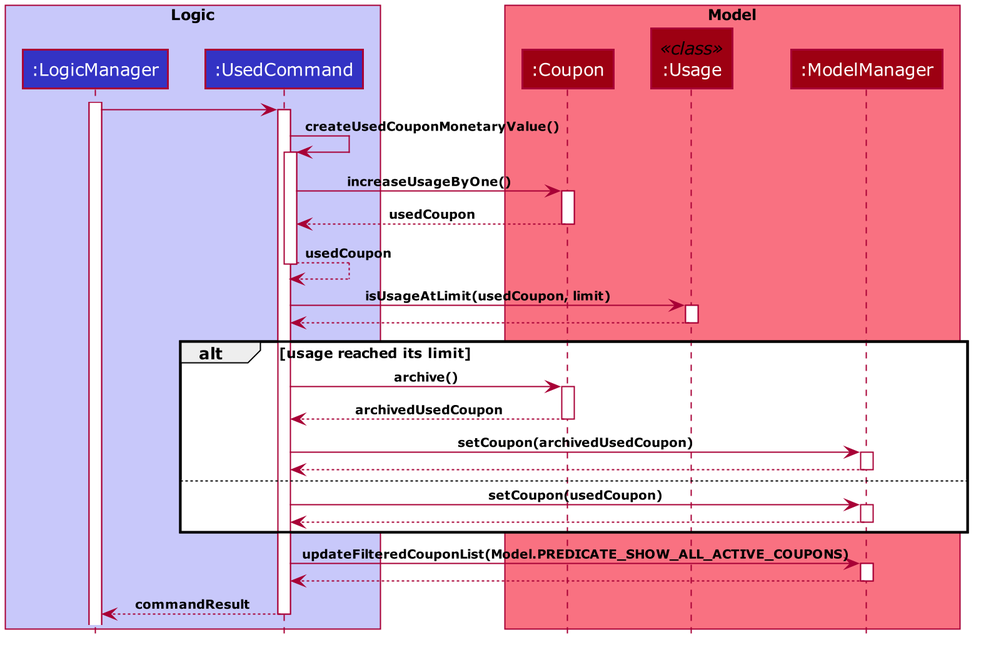
This is docs/images/ArchiveExhaustedSequenceDiagram.png from nus-cs2103-AY1920S2/addressbook-level3, a PlantUML export, as it was before one commit. The source it was exported from:
```plantuml
@startuml










skinparam BackgroundColor #FFFFFFF

skinparam Shadowing false

skinparam Class {
    FontColor #FFFFFF
    BorderThickness 1
    BorderColor #FFFFFF
    StereotypeFontColor #FFFFFF
    FontName Verdana
    AttributeFontColor #FFFFFF
}

skinparam Actor {
    BorderColor #000000
    Color #000000
    FontName Verdana
}

skinparam Sequence {
    MessageAlign center
    BoxFontSize 12
    BoxPadding 0
    BoxFontColor #FFFFFF
    FontName Verdana
}

skinparam Participant {
    FontColor #FFFFFFF
    Padding 20
}

skinparam GenericDisplay zz

skinparam ArrowFontSize 10
skinparam ArrowFontStyle bold

skinparam NoteBackgroundColor ghostwhite
skinparam NoteBorderColor #3333C4
skinparam DefaultFontName Verdana

skinparam MinClassWidth 50
skinparam ParticipantPadding 10
skinparam Shadowing false
skinparam DefaultTextAlignment center
skinparam packageStyle Rectangle
skinparam classAttributeIconSize 0
skinparam genericDisplay old

hide footbox
hide members
hide circle


box "<color:black>Logic</color>" #C8C8FA
participant ":LogicManager" as LogicManager #3333C4
participant ":UsedCommand" as UsedCommand #3333C4
end box

box "<color:black>Model</color>" #F97181
participant ":Coupon" as Coupon #9D0012
participant ":Usage" as Usage<<class>> #9D0012
participant ":ModelManager" as ModelManager #9D0012
end box

activate LogicManager

LogicManager -> UsedCommand
activate UsedCommand

UsedCommand -> UsedCommand : createUsedCouponMonetaryValue()
activate UsedCommand

UsedCommand -> Coupon : increaseUsageByOne()
activate Coupon
Coupon --> UsedCommand : usedCoupon
deactivate Coupon

UsedCommand --> UsedCommand : usedCoupon
deactivate UsedCommand

UsedCommand -> Usage : isUsageAtLimit(usedCoupon, limit)
activate Usage
Usage --> UsedCommand
deactivate Usage

alt usage reached its limit

    UsedCommand -> Coupon : archive()
    activate Coupon
    Coupon --> UsedCommand : archivedUsedCoupon
    deactivate Coupon

    UsedCommand -> ModelManager : setCoupon(archivedUsedCoupon)
    activate ModelManager
    ModelManager --> UsedCommand
    deactivate ModelManager

else

    UsedCommand -> ModelManager : setCoupon(usedCoupon)
    activate ModelManager
    ModelManager --> UsedCommand
    deactivate ModelManager

end

UsedCommand -> ModelManager : updateFilteredCouponList(Model.PREDICATE_SHOW_ALL_ACTIVE_COUPONS)
activate ModelManager
ModelManager --> UsedCommand
deactivate ModelManager

UsedCommand --> LogicManager : commandResult
deactivate UsedCommand


@enduml
```
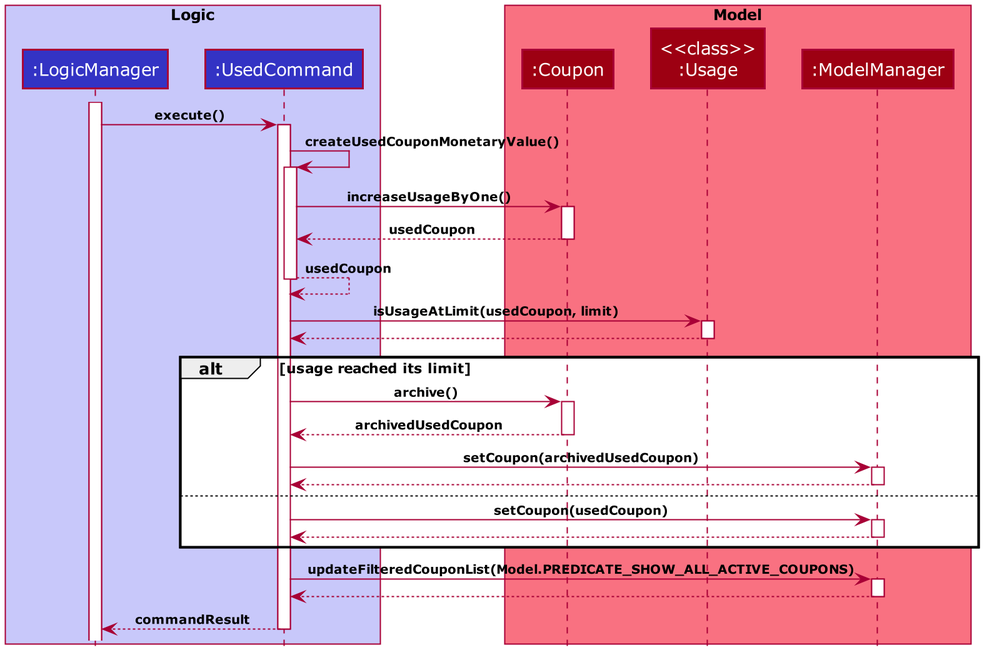
Later version of the same file.

The edit, as a diff of the source:
```diff
@@ -70,13 +70,13 @@
 
 box "<color:black>Model</color>" #F97181
 participant ":Coupon" as Coupon #9D0012
-participant ":Usage" as Usage<<class>> #9D0012
+participant "<<class>>\n:Usage" as Usage #9D0012
 participant ":ModelManager" as ModelManager #9D0012
 end box
 
 activate LogicManager
 
-LogicManager -> UsedCommand
+LogicManager -> UsedCommand : execute()
 activate UsedCommand
 
 UsedCommand -> UsedCommand : createUsedCouponMonetaryValue()
@@ -124,5 +124,4 @@
 UsedCommand --> LogicManager : commandResult
 deactivate UsedCommand
 
-
 @enduml
```
